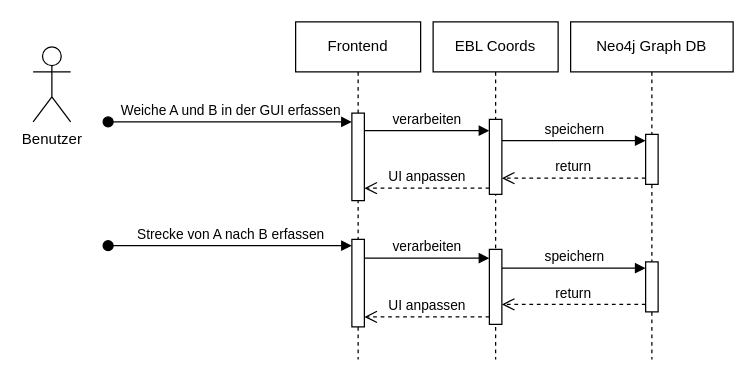
Before: procedural/TopLevel_CreateEdge.drawio in pascalreiss/draw_io_stuff, a draw.io diagram. Source tidied: cells renumbered, new cells numbered last; positions are measured from the earlier drawing's top-left corner, leaving out a move shared by most shapes. Both pictures are drawn from the tidied source at 125%, with x=0, y=0 at pixel (32, 21).
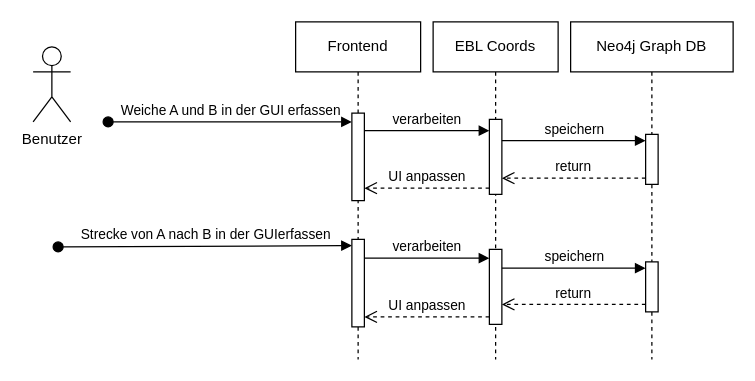
The same page after the edit.

Diff of the diagram source:
```diff
@@
-    <mxCell id="14" value="Strecke von A nach B erfassen" style="html=1;verticalAlign=bottom;startArrow=oval;startFill=1;endArrow=block;startSize=8;curved=0;rounded=0;" parent="1" edge="1">
+    <mxCell id="14" value="Strecke von A nach B in der GUIerfassen" style="html=1;verticalAlign=bottom;startArrow=oval;startFill=1;endArrow=block;startSize=8;curved=0;rounded=0;" parent="1" edge="1">
       <mxGeometry relative="1" as="geometry">
-        <mxPoint x="60" y="179" as="sourcePoint" />
+        <mxPoint x="20" y="180" as="sourcePoint" />
         <mxPoint x="255" y="179" as="targetPoint" />
       </mxGeometry>
     </mxCell>
```
